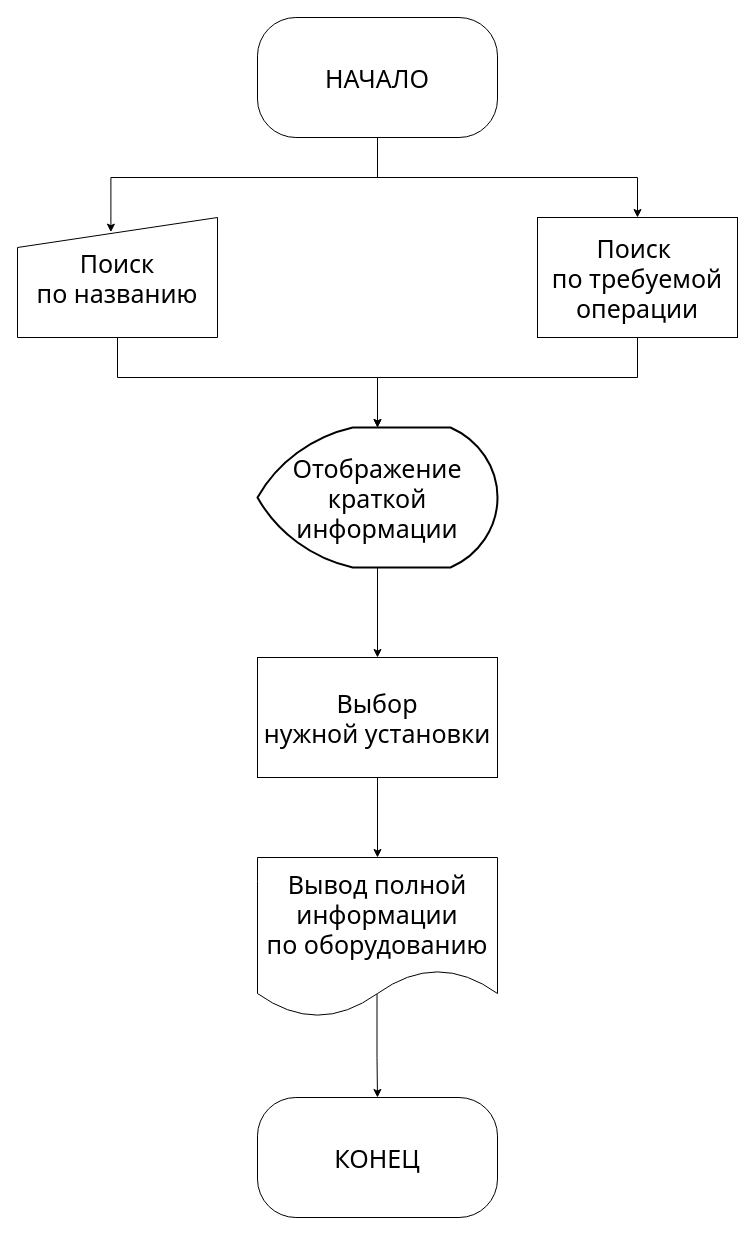
This is Untitled 3.drawio from khanhbg339/Myproject, a draw.io file, before an edit. Source tidied: cells renumbered, new cells numbered last; positions are measured from the earlier drawing's top-left corner, leaving out a move shared by most shapes. Both pictures are drawn from the tidied source at 100%, with x=0, y=0 at pixel (17, 17).
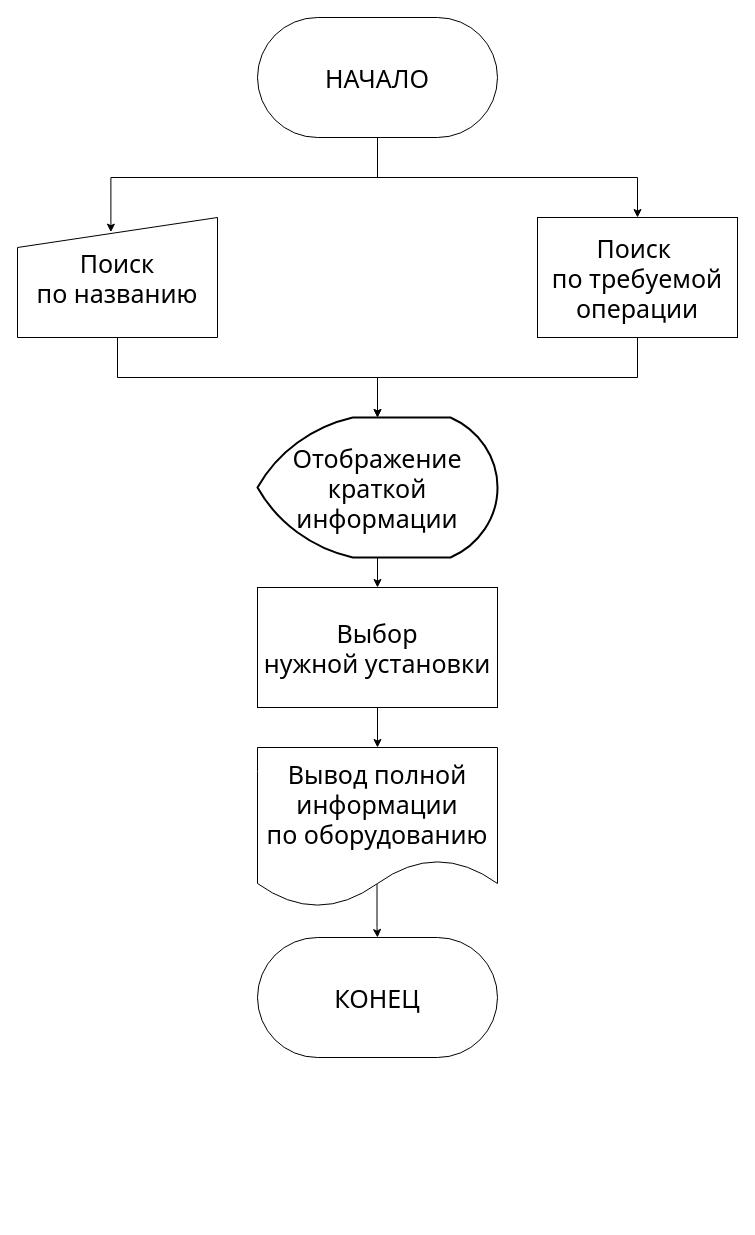
After the change.

Change to the diagram source:
```diff
@@
-    <mxCell id="4" value="&lt;font style=&quot;font-size: 25px;&quot;&gt;НАЧАЛО&lt;/font&gt;" style="rounded=1;whiteSpace=wrap;html=1;arcSize=32;fontFamily=Tahoma;fontSize=25;" parent="1" vertex="1">
+    <mxCell id="4" value="&lt;font style=&quot;font-size: 25px;&quot;&gt;НАЧАЛО&lt;/font&gt;" style="rounded=1;whiteSpace=wrap;html=1;arcSize=50;fontFamily=Tahoma;fontSize=25;" parent="1" vertex="1">
       <mxGeometry x="240" width="240" height="120" as="geometry" />
     </mxCell>
@@
     <mxCell id="10" value="Отображение &lt;br style=&quot;font-size: 25px;&quot;&gt;краткой информации" style="strokeWidth=2;html=1;shape=mxgraph.flowchart.display;whiteSpace=wrap;fontFamily=Tahoma;fontSize=25;" parent="1" vertex="1">
-      <mxGeometry x="240" y="410" width="240" height="140" as="geometry" />
+      <mxGeometry x="240" y="400" width="240" height="140" as="geometry" />
     </mxCell>
@@
     <mxCell id="12" value="Выбор &lt;br&gt;нужной установки&lt;br&gt;" style="rounded=0;whiteSpace=wrap;html=1;fontFamily=Tahoma;fontSize=25;" parent="1" vertex="1">
-      <mxGeometry x="240" y="640" width="240" height="120" as="geometry" />
+      <mxGeometry x="240" y="570" width="240" height="120" as="geometry" />
     </mxCell>
@@
     <mxCell id="14" value="Вывод полной информации&lt;br style=&quot;font-size: 25px;&quot;&gt;по оборудованию" style="shape=document;whiteSpace=wrap;html=1;boundedLbl=1;fontFamily=Tahoma;fontSize=25;" parent="1" vertex="1">
-      <mxGeometry x="240" y="840" width="240" height="160" as="geometry" />
+      <mxGeometry x="240" y="730" width="240" height="160" as="geometry" />
     </mxCell>
-    <mxCell id="15" value="&lt;font style=&quot;font-size: 25px;&quot;&gt;КОНЕЦ&lt;/font&gt;" style="rounded=1;whiteSpace=wrap;html=1;arcSize=32;fontFamily=Tahoma;fontSize=25;" parent="1" vertex="1">
-      <mxGeometry x="240" y="1080" width="240" height="120" as="geometry" />
+    <mxCell id="15" value="&lt;font style=&quot;font-size: 25px;&quot;&gt;КОНЕЦ&lt;/font&gt;" style="rounded=1;whiteSpace=wrap;html=1;arcSize=50;fontFamily=Tahoma;fontSize=25;" parent="1" vertex="1">
+      <mxGeometry x="240" y="920" width="240" height="120" as="geometry" />
     </mxCell>
```
